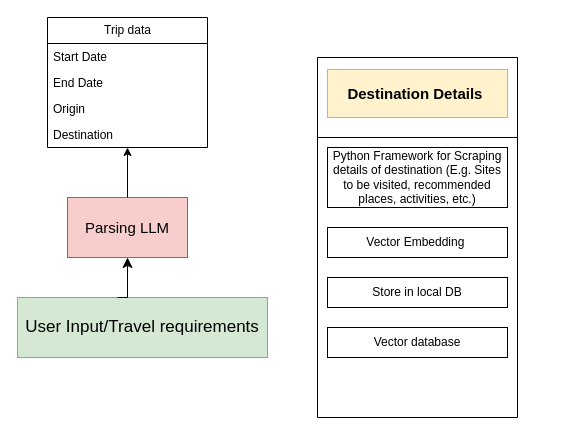
Above: Untitled Diagram.drawio in De-Sturctures/The-Cheap-Wanderer (draw.io), before the change. Source tidied: cells renumbered, new cells numbered last; positions are measured from the earlier drawing's top-left corner, leaving out a move shared by most shapes. Both pictures are drawn from the tidied source at 100%, with x=0, y=0 at pixel (17, 17).
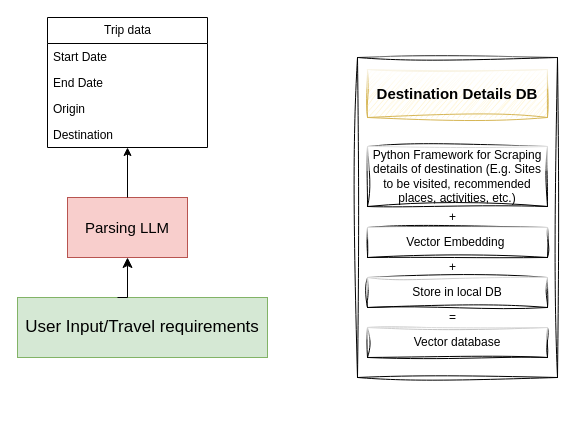
Above is the later version.

What changed in the source:
```diff
@@
 <mxGraphModel>
   <root>
     <mxCell id="0" />
     <mxCell id="1" parent="0" />
     <mxCell id="2" value="Trip data" style="swimlane;fontStyle=0;horizontal=1;startSize=26;fillColor=none;html=1;" parent="1" vertex="1">
       <mxGeometry x="30" width="160" height="130" as="geometry" />
     </mxCell>
     <mxCell id="3" value="Start Date" style="text;strokeColor=none;fillColor=none;align=left;verticalAlign=top;spacingLeft=4;spacingRight=4;overflow=hidden;whiteSpace=wrap;html=1;" parent="2" vertex="1">
       <mxGeometry y="26" width="160" height="26" as="geometry" />
     </mxCell>
     <mxCell id="4" value="End Date" style="text;strokeColor=none;fillColor=none;align=left;verticalAlign=top;spacingLeft=4;spacingRight=4;overflow=hidden;whiteSpace=wrap;html=1;" parent="2" vertex="1">
       <mxGeometry y="52" width="160" height="26" as="geometry" />
     </mxCell>
     <mxCell id="5" value="Origin" style="text;strokeColor=none;fillColor=none;align=left;verticalAlign=top;spacingLeft=4;spacingRight=4;overflow=hidden;whiteSpace=wrap;html=1;" parent="2" vertex="1">
       <mxGeometry y="78" width="160" height="26" as="geometry" />
     </mxCell>
     <mxCell id="6" value="Destination" style="text;strokeColor=none;fillColor=none;align=left;verticalAlign=top;spacingLeft=4;spacingRight=4;overflow=hidden;whiteSpace=wrap;html=1;" parent="2" vertex="1">
       <mxGeometry y="104" width="160" height="26" as="geometry" />
     </mxCell>
     <mxCell id="7" value="&lt;font style=&quot;font-size: 17px;&quot;&gt;User Input/Travel requirements&lt;/font&gt;" style="whiteSpace=wrap;html=1;align=center;newEdgeStyle={&quot;edgeStyle&quot;:&quot;elbowEdgeStyle&quot;,&quot;startArrow&quot;:&quot;none&quot;,&quot;endArrow&quot;:&quot;none&quot;};fillColor=#d5e8d4;strokeColor=#82b366;" parent="1" vertex="1">
       <mxGeometry y="280" width="250" height="60" as="geometry" />
     </mxCell>
     <mxCell id="8" value="&lt;font style=&quot;font-size: 15px;&quot;&gt;Parsing LLM&lt;/font&gt;" style="whiteSpace=wrap;html=1;align=center;newEdgeStyle={&quot;edgeStyle&quot;:&quot;elbowEdgeStyle&quot;,&quot;startArrow&quot;:&quot;none&quot;,&quot;endArrow&quot;:&quot;none&quot;};fillColor=#f8cecc;strokeColor=#b85450;" parent="1" vertex="1">
       <mxGeometry x="50" y="180" width="120" height="60" as="geometry" />
     </mxCell>
     <mxCell id="9" style="edgeStyle=segmentEdgeStyle;endArrow=classic;html=1;curved=0;rounded=0;endSize=8;startSize=8;exitX=0.4;exitY=0;exitDx=0;exitDy=0;exitPerimeter=0;entryX=0.5;entryY=1;entryDx=0;entryDy=0;" parent="1" edge="1" source="7" target="8">
       <mxGeometry relative="1" as="geometry" />
     </mxCell>
     <mxCell id="10" style="edgeStyle=none;jettySize=auto;html=1;rounded=0;exitX=0.5;exitY=0;exitDx=0;exitDy=0;" parent="1" edge="1" source="8" target="2">
       <mxGeometry relative="1" as="geometry" />
     </mxCell>
-    <mxCell id="11" style="swimlane;startSize=80;" parent="1" vertex="1">
-      <mxGeometry x="300" y="40" width="200" height="360" as="geometry" />
+    <mxCell id="11" style="swimlane;startSize=0;glass=1;sketch=1;curveFitting=1;jiggle=2;shadow=0;" parent="1" vertex="1">
+      <mxGeometry x="340" y="40" width="200" height="320" as="geometry" />
     </mxCell>
-    <mxCell id="12" value="&lt;font style=&quot;font-size: 15px;&quot;&gt;&lt;b&gt;Destination Details&amp;nbsp;&lt;/b&gt;&lt;/font&gt;" style="whiteSpace=wrap;html=1;align=center;newEdgeStyle={&quot;edgeStyle&quot;:&quot;elbowEdgeStyle&quot;,&quot;startArrow&quot;:&quot;none&quot;,&quot;endArrow&quot;:&quot;none&quot;};fillColor=#fff2cc;strokeColor=#d6b656;" parent="11" vertex="1" collapsed="1">
+    <mxCell id="12" value="&lt;font style=&quot;font-size: 15px;&quot;&gt;&lt;b&gt;Destination Details DB&lt;/b&gt;&lt;/font&gt;" style="whiteSpace=wrap;html=1;align=center;newEdgeStyle={&quot;edgeStyle&quot;:&quot;elbowEdgeStyle&quot;,&quot;startArrow&quot;:&quot;none&quot;,&quot;endArrow&quot;:&quot;none&quot;};fillColor=#fff2cc;strokeColor=#d6b656;glass=1;sketch=1;curveFitting=1;jiggle=2;shadow=0;" parent="11" vertex="1" collapsed="1">
       <mxGeometry x="10" y="12" width="180" height="48" as="geometry" />
     </mxCell>
-    <mxCell id="13" value="Python Framework for Scraping details of destination (E.g. Sites to be visited, recommended places, activities, etc.)" style="whiteSpace=wrap;html=1;align=center;newEdgeStyle={&quot;edgeStyle&quot;:&quot;elbowEdgeStyle&quot;,&quot;startArrow&quot;:&quot;none&quot;,&quot;endArrow&quot;:&quot;none&quot;};" parent="11" vertex="1">
-      <mxGeometry x="10" y="90" width="180" height="60" as="geometry" />
+    <mxCell id="13" value="Python Framework for Scraping details of destination (E.g. Sites to be visited, recommended places, activities, etc.)" style="whiteSpace=wrap;html=1;align=center;newEdgeStyle={&quot;edgeStyle&quot;:&quot;elbowEdgeStyle&quot;,&quot;startArrow&quot;:&quot;none&quot;,&quot;endArrow&quot;:&quot;none&quot;};glass=1;sketch=1;curveFitting=1;jiggle=2;shadow=0;" parent="11" vertex="1">
+      <mxGeometry x="10" y="89" width="180" height="60" as="geometry" />
     </mxCell>
-    <mxCell id="14" value="Vector Embedding&amp;nbsp;" style="whiteSpace=wrap;html=1;align=center;newEdgeStyle={&quot;edgeStyle&quot;:&quot;elbowEdgeStyle&quot;,&quot;startArrow&quot;:&quot;none&quot;,&quot;endArrow&quot;:&quot;none&quot;};" parent="11" vertex="1">
+    <mxCell id="14" value="Vector Embedding&amp;nbsp;" style="whiteSpace=wrap;html=1;align=center;newEdgeStyle={&quot;edgeStyle&quot;:&quot;elbowEdgeStyle&quot;,&quot;startArrow&quot;:&quot;none&quot;,&quot;endArrow&quot;:&quot;none&quot;};glass=1;sketch=1;curveFitting=1;jiggle=2;shadow=0;" parent="11" vertex="1">
       <mxGeometry x="10" y="170" width="180" height="30" as="geometry" />
     </mxCell>
-    <mxCell id="15" value="Store in local DB" style="whiteSpace=wrap;html=1;" parent="11" vertex="1">
+    <mxCell id="15" value="Store in local DB" style="whiteSpace=wrap;html=1;glass=1;sketch=1;curveFitting=1;jiggle=2;shadow=0;" parent="11" vertex="1">
       <mxGeometry x="10" y="220" width="180" height="30" as="geometry" />
     </mxCell>
-    <mxCell id="16" value="Vector database" style="whiteSpace=wrap;html=1;" parent="11" vertex="1">
+    <mxCell id="16" value="Vector database" style="whiteSpace=wrap;html=1;glass=1;sketch=1;curveFitting=1;jiggle=2;shadow=0;" parent="11" vertex="1">
       <mxGeometry x="10" y="270" width="180" height="30" as="geometry" />
     </mxCell>
+    <mxCell id="17" value="=" style="text;html=1;align=center;verticalAlign=middle;strokeColor=none;fillColor=none;glass=1;sketch=1;curveFitting=1;jiggle=2;shadow=0;" parent="11" vertex="1">
+      <mxGeometry x="80" y="245" width="30" height="30" as="geometry" />
+    </mxCell>
+    <mxCell id="18" value="+" style="text;html=1;align=center;verticalAlign=middle;strokeColor=none;fillColor=none;glass=1;sketch=1;curveFitting=1;jiggle=2;shadow=0;" parent="11" vertex="1">
+      <mxGeometry x="80" y="195" width="30" height="30" as="geometry" />
+    </mxCell>
+    <mxCell id="19" value="+" style="text;html=1;align=center;verticalAlign=middle;strokeColor=none;fillColor=none;glass=1;sketch=1;curveFitting=1;jiggle=2;shadow=0;" parent="11" vertex="1">
+      <mxGeometry x="80" y="145" width="30" height="30" as="geometry" />
+    </mxCell>
   </root>
 </mxGraphModel>
```
